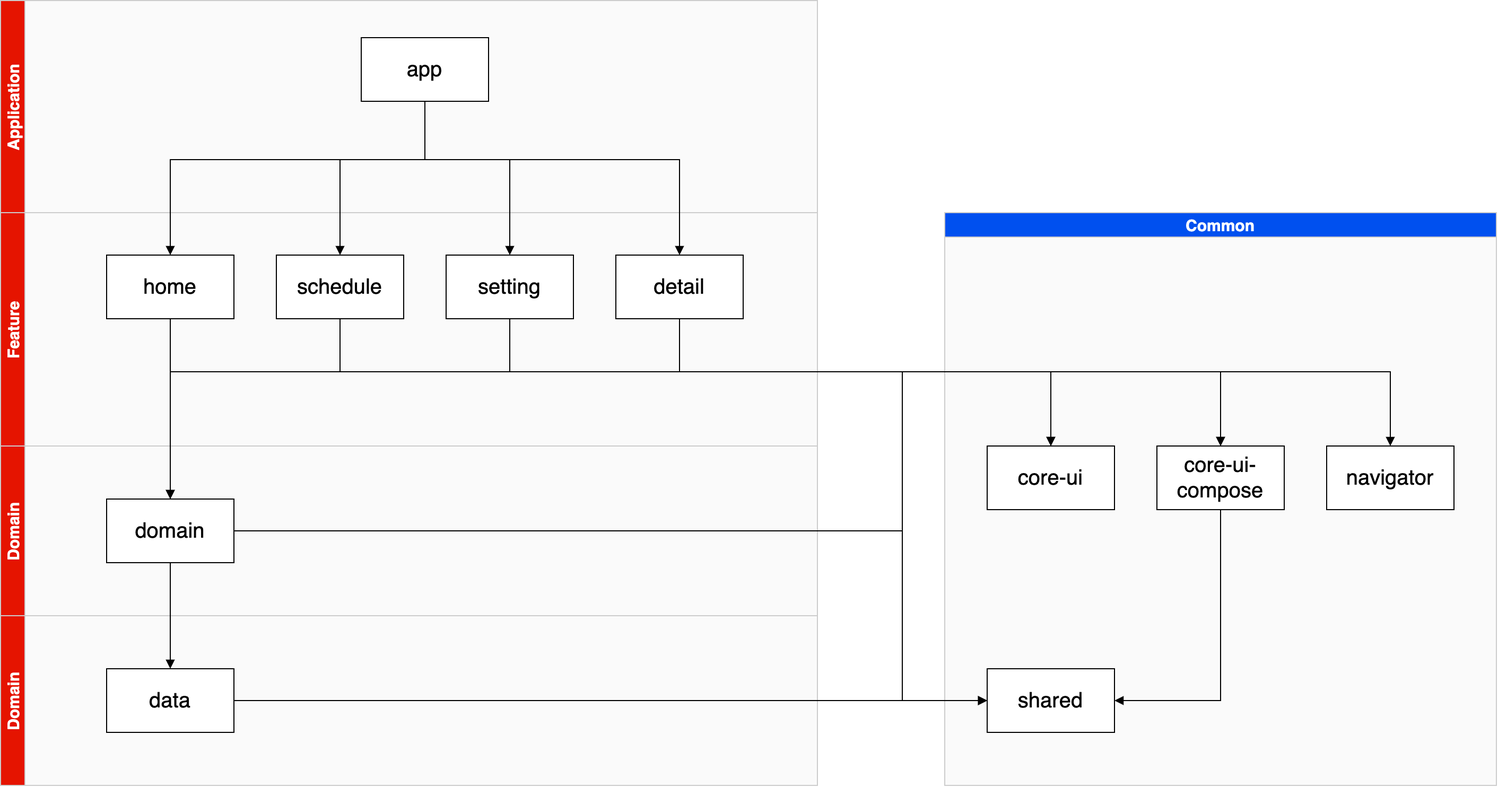
droidknights/DroidKnights2021_App keeps this draw.io diagram as arts/architecture-module.png. Above is the earlier version. Source tidied: cells renumbered, new cells last; positions are measured from the earlier drawing's top-left corner, leaving out a move shared by most shapes. Its diagram source:
```xml
<mxGraphModel background="#ffffff">
  <root>
    <mxCell id="0" />
    <mxCell id="1" parent="0" />
    <mxCell id="2" value="Common" style="swimlane;rounded=0;shadow=0;glass=0;labelBackgroundColor=none;sketch=0;fontSize=15;fontColor=#ffffff;swimlaneFillColor=#FAFAFA;fillColor=#0050ef;strokeColor=#CCCCCC;" parent="1" vertex="1">
      <mxGeometry x="890" y="200" width="520" height="540" as="geometry" />
    </mxCell>
    <mxCell id="3" value="Application" style="swimlane;horizontal=0;fontSize=15;fontColor=#ffffff;fillColor=#e51400;labelBackgroundColor=none;rounded=0;shadow=0;sketch=0;glass=0;swimlaneLine=1;swimlaneFillColor=#FAFAFA;strokeColor=#CCCCCC;" parent="1" vertex="1">
      <mxGeometry width="770" height="200" as="geometry" />
    </mxCell>
    <mxCell id="4" value="Domain" style="swimlane;horizontal=0;rounded=0;shadow=0;glass=0;labelBackgroundColor=none;sketch=0;fontSize=15;fontColor=#ffffff;fillColor=#e51400;swimlaneFillColor=#FAFAFA;strokeColor=#CCCCCC;" parent="1" vertex="1">
      <mxGeometry y="580" width="770" height="160" as="geometry" />
    </mxCell>
    <mxCell id="5" value="Domain" style="swimlane;horizontal=0;rounded=0;shadow=0;glass=0;labelBackgroundColor=none;sketch=0;fontSize=15;fontColor=#ffffff;fillColor=#e51400;swimlaneFillColor=#FAFAFA;strokeColor=#CCCCCC;" parent="1" vertex="1">
      <mxGeometry y="420" width="770" height="160" as="geometry" />
    </mxCell>
    <mxCell id="6" value="Feature" style="swimlane;horizontal=0;rounded=0;shadow=0;glass=0;labelBackgroundColor=none;sketch=0;fontSize=15;fontColor=#ffffff;fillColor=#e51400;swimlaneFillColor=#FAFAFA;strokeColor=#CCCCCC;" parent="1" vertex="1">
      <mxGeometry y="200" width="770" height="220" as="geometry" />
    </mxCell>
    <mxCell id="7" value="data" style="rounded=0;whiteSpace=wrap;html=1;fontSize=20;" parent="6" vertex="1">
      <mxGeometry x="100" y="430" width="120" height="60" as="geometry" />
    </mxCell>
    <mxCell id="8" value="domain" style="rounded=0;whiteSpace=wrap;html=1;fontSize=20;" parent="6" vertex="1">
      <mxGeometry x="100" y="270" width="120" height="60" as="geometry" />
    </mxCell>
    <mxCell id="9" value="app" style="rounded=0;whiteSpace=wrap;html=1;fontSize=20;" parent="6" vertex="1">
      <mxGeometry x="340" y="-165" width="120" height="60" as="geometry" />
    </mxCell>
    <mxCell id="10" style="edgeStyle=orthogonalEdgeStyle;rounded=0;jettySize=auto;html=1;entryX=0.5;entryY=0;entryDx=0;entryDy=0;fontSize=20;fontColor=#FFFFFF;endArrow=block;endFill=1;" parent="6" edge="1" source="9" target="18">
      <mxGeometry relative="1" as="geometry">
        <Array as="points">
          <mxPoint x="400" y="-50" />
          <mxPoint x="160" y="-50" />
        </Array>
      </mxGeometry>
    </mxCell>
    <mxCell id="11" style="edgeStyle=orthogonalEdgeStyle;rounded=0;jettySize=auto;html=1;entryX=0.5;entryY=0;entryDx=0;entryDy=0;fontSize=20;fontColor=#FFFFFF;endArrow=block;endFill=1;" parent="6" edge="1" source="9" target="19">
      <mxGeometry relative="1" as="geometry">
        <Array as="points">
          <mxPoint x="400" y="-50" />
          <mxPoint x="320" y="-50" />
        </Array>
      </mxGeometry>
    </mxCell>
    <mxCell id="12" style="edgeStyle=orthogonalEdgeStyle;rounded=0;jettySize=auto;html=1;entryX=0.5;entryY=0;entryDx=0;entryDy=0;fontSize=20;fontColor=#FFFFFF;endArrow=block;endFill=1;" parent="6" edge="1" source="9" target="20">
      <mxGeometry relative="1" as="geometry">
        <Array as="points">
          <mxPoint x="400" y="-50" />
          <mxPoint x="480" y="-50" />
        </Array>
      </mxGeometry>
    </mxCell>
    <mxCell id="13" style="edgeStyle=orthogonalEdgeStyle;rounded=0;jettySize=auto;html=1;entryX=0.5;entryY=0;entryDx=0;entryDy=0;fontSize=20;fontColor=#FFFFFF;endArrow=block;endFill=1;" parent="6" edge="1" source="9" target="16">
      <mxGeometry relative="1" as="geometry">
        <Array as="points">
          <mxPoint x="400" y="-50" />
          <mxPoint x="640" y="-50" />
        </Array>
      </mxGeometry>
    </mxCell>
    <mxCell id="14" style="edgeStyle=orthogonalEdgeStyle;rounded=0;jettySize=auto;html=1;entryX=0.5;entryY=0;entryDx=0;entryDy=0;fontSize=20;fontColor=#FFFFFF;endArrow=block;endFill=1;" parent="6" edge="1" source="8" target="7">
      <mxGeometry relative="1" as="geometry" />
    </mxCell>
    <mxCell id="15" style="edgeStyle=orthogonalEdgeStyle;rounded=0;jettySize=auto;html=1;entryX=0.5;entryY=0;entryDx=0;entryDy=0;fontSize=20;fontColor=#FFFFFF;endArrow=block;endFill=1;" parent="6" edge="1" source="16" target="8">
      <mxGeometry relative="1" as="geometry">
        <Array as="points">
          <mxPoint x="640" y="150" />
          <mxPoint x="160" y="150" />
        </Array>
      </mxGeometry>
    </mxCell>
    <mxCell id="16" value="detail" style="rounded=0;whiteSpace=wrap;html=1;fontSize=20;" parent="6" vertex="1">
      <mxGeometry x="580" y="40" width="120" height="60" as="geometry" />
    </mxCell>
    <mxCell id="17" style="edgeStyle=orthogonalEdgeStyle;rounded=0;jettySize=auto;html=1;entryX=0.5;entryY=0;entryDx=0;entryDy=0;fontSize=20;fontColor=#FFFFFF;endArrow=block;endFill=1;" parent="6" edge="1" source="18" target="8">
      <mxGeometry relative="1" as="geometry" />
    </mxCell>
    <mxCell id="18" value="home" style="rounded=0;whiteSpace=wrap;html=1;fontSize=20;" parent="6" vertex="1">
      <mxGeometry x="100" y="40" width="120" height="60" as="geometry" />
    </mxCell>
    <mxCell id="19" value="schedule" style="rounded=0;whiteSpace=wrap;html=1;fontSize=20;" parent="6" vertex="1">
      <mxGeometry x="260" y="40" width="120" height="60" as="geometry" />
    </mxCell>
    <mxCell id="20" value="setting" style="rounded=0;whiteSpace=wrap;html=1;fontSize=20;" parent="6" vertex="1">
      <mxGeometry x="420" y="40" width="120" height="60" as="geometry" />
    </mxCell>
    <mxCell id="21" style="edgeStyle=orthogonalEdgeStyle;rounded=0;jettySize=auto;html=1;entryX=0;entryY=0.5;entryDx=0;entryDy=0;fontSize=20;fontColor=#FFFFFF;endArrow=block;endFill=1;exitX=1;exitY=0.5;exitDx=0;exitDy=0;" parent="1" edge="1" source="7" target="32">
      <mxGeometry relative="1" as="geometry" />
    </mxCell>
    <mxCell id="22" style="edgeStyle=orthogonalEdgeStyle;rounded=0;jettySize=auto;html=1;entryX=0;entryY=0.5;entryDx=0;entryDy=0;fontSize=20;fontColor=#FFFFFF;endArrow=block;endFill=1;exitX=1;exitY=0.5;exitDx=0;exitDy=0;" parent="1" edge="1" source="8" target="32">
      <mxGeometry relative="1" as="geometry">
        <Array as="points">
          <mxPoint x="850" y="500" />
          <mxPoint x="850" y="660" />
        </Array>
      </mxGeometry>
    </mxCell>
    <mxCell id="23" value="core-ui" style="rounded=0;whiteSpace=wrap;html=1;fontSize=20;" parent="1" vertex="1">
      <mxGeometry x="930" y="420" width="120" height="60" as="geometry" />
    </mxCell>
    <mxCell id="24" style="edgeStyle=orthogonalEdgeStyle;rounded=0;jettySize=auto;html=1;entryX=1;entryY=0.5;entryDx=0;entryDy=0;fontSize=20;fontColor=#FFFFFF;endArrow=block;endFill=1;exitX=0.5;exitY=1;exitDx=0;exitDy=0;" parent="1" edge="1" source="25" target="32">
      <mxGeometry relative="1" as="geometry">
        <Array as="points">
          <mxPoint x="1150" y="660" />
        </Array>
      </mxGeometry>
    </mxCell>
    <mxCell id="25" value="core-ui-compose" style="rounded=0;whiteSpace=wrap;html=1;fontSize=20;" parent="1" vertex="1">
      <mxGeometry x="1090" y="420" width="120" height="60" as="geometry" />
    </mxCell>
    <mxCell id="26" style="edgeStyle=orthogonalEdgeStyle;rounded=0;jettySize=auto;html=1;fontSize=20;fontColor=#FFFFFF;endArrow=block;endFill=1;" parent="1" edge="1" source="16" target="23">
      <mxGeometry relative="1" as="geometry">
        <Array as="points">
          <mxPoint x="750" y="350" />
          <mxPoint x="430" y="350" />
        </Array>
      </mxGeometry>
    </mxCell>
    <mxCell id="27" style="edgeStyle=orthogonalEdgeStyle;rounded=0;jettySize=auto;html=1;entryX=0.5;entryY=0;entryDx=0;entryDy=0;fontSize=20;fontColor=#FFFFFF;endArrow=block;endFill=1;" parent="1" edge="1" source="16" target="25">
      <mxGeometry relative="1" as="geometry">
        <Array as="points">
          <mxPoint x="750" y="350" />
          <mxPoint x="590" y="350" />
        </Array>
      </mxGeometry>
    </mxCell>
    <mxCell id="28" style="edgeStyle=orthogonalEdgeStyle;rounded=0;jettySize=auto;html=1;entryX=0.5;entryY=0;entryDx=0;entryDy=0;fontSize=20;fontColor=#FFFFFF;endArrow=block;endFill=1;" parent="1" edge="1" source="16" target="31">
      <mxGeometry relative="1" as="geometry">
        <Array as="points">
          <mxPoint x="640" y="350" />
          <mxPoint x="1310" y="350" />
        </Array>
      </mxGeometry>
    </mxCell>
    <mxCell id="29" style="edgeStyle=orthogonalEdgeStyle;rounded=0;jettySize=auto;html=1;entryX=0;entryY=0.5;entryDx=0;entryDy=0;fontSize=20;fontColor=#FFFFFF;endArrow=block;endFill=1;" parent="1" edge="1" source="16" target="32">
      <mxGeometry relative="1" as="geometry">
        <Array as="points">
          <mxPoint x="640" y="350" />
          <mxPoint x="850" y="350" />
          <mxPoint x="850" y="660" />
        </Array>
      </mxGeometry>
    </mxCell>
    <mxCell id="30" style="edgeStyle=orthogonalEdgeStyle;rounded=0;jettySize=auto;html=1;entryX=0.5;entryY=0;entryDx=0;entryDy=0;fontSize=20;fontColor=#FFFFFF;endArrow=block;endFill=1;" parent="1" edge="1" source="20" target="25">
      <mxGeometry relative="1" as="geometry">
        <Array as="points">
          <mxPoint x="480" y="350" />
          <mxPoint x="1150" y="350" />
        </Array>
      </mxGeometry>
    </mxCell>
    <mxCell id="31" value="navigator" style="rounded=0;whiteSpace=wrap;html=1;fontSize=20;" parent="1" vertex="1">
      <mxGeometry x="1250" y="420" width="120" height="60" as="geometry" />
    </mxCell>
    <mxCell id="32" value="shared" style="rounded=0;whiteSpace=wrap;html=1;fontSize=20;" parent="1" vertex="1">
      <mxGeometry x="930" y="630" width="120" height="60" as="geometry" />
    </mxCell>
    <mxCell id="33" style="edgeStyle=orthogonalEdgeStyle;rounded=0;jettySize=auto;html=1;fontSize=20;fontColor=#FFFFFF;endArrow=block;endFill=1;entryX=0.5;entryY=0;entryDx=0;entryDy=0;" parent="1" edge="1" source="19" target="23">
      <mxGeometry relative="1" as="geometry">
        <Array as="points">
          <mxPoint x="320" y="350" />
          <mxPoint x="990" y="350" />
        </Array>
      </mxGeometry>
    </mxCell>
  </root>
</mxGraphModel>
```
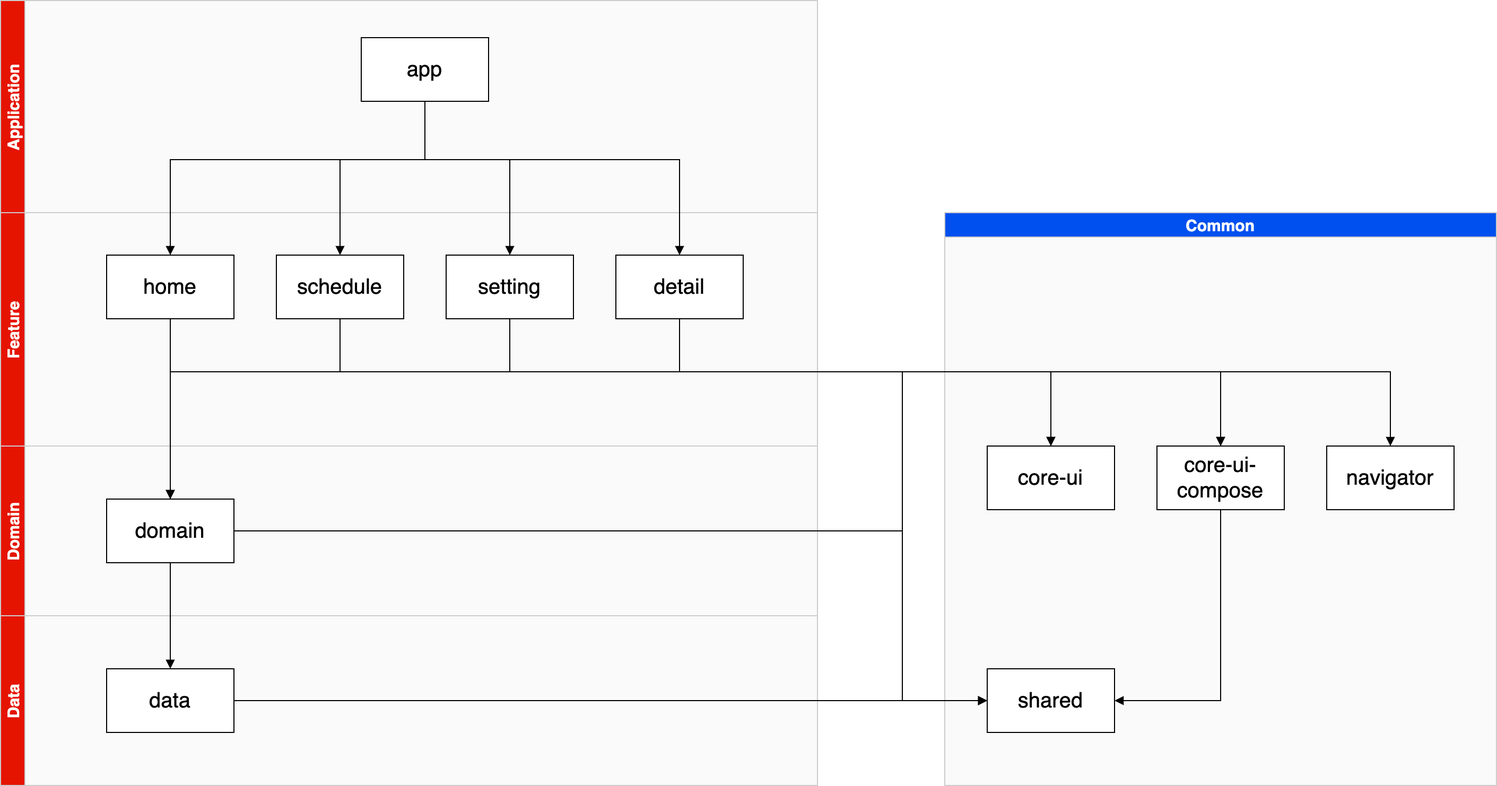
The same diagram one commit later.

The edit, as a diff of the source:
```diff
@@ -8,7 +8,7 @@
     <mxCell id="3" value="Application" style="swimlane;horizontal=0;fontSize=15;fontColor=#ffffff;fillColor=#e51400;labelBackgroundColor=none;rounded=0;shadow=0;sketch=0;glass=0;swimlaneLine=1;swimlaneFillColor=#FAFAFA;strokeColor=#CCCCCC;" parent="1" vertex="1">
       <mxGeometry width="770" height="200" as="geometry" />
     </mxCell>
-    <mxCell id="4" value="Domain" style="swimlane;horizontal=0;rounded=0;shadow=0;glass=0;labelBackgroundColor=none;sketch=0;fontSize=15;fontColor=#ffffff;fillColor=#e51400;swimlaneFillColor=#FAFAFA;strokeColor=#CCCCCC;" parent="1" vertex="1">
+    <mxCell id="4" value="Data" style="swimlane;horizontal=0;rounded=0;shadow=0;glass=0;labelBackgroundColor=none;sketch=0;fontSize=15;fontColor=#ffffff;fillColor=#e51400;swimlaneFillColor=#FAFAFA;strokeColor=#CCCCCC;" parent="1" vertex="1">
       <mxGeometry y="580" width="770" height="160" as="geometry" />
     </mxCell>
     <mxCell id="5" value="Domain" style="swimlane;horizontal=0;rounded=0;shadow=0;glass=0;labelBackgroundColor=none;sketch=0;fontSize=15;fontColor=#ffffff;fillColor=#e51400;swimlaneFillColor=#FAFAFA;strokeColor=#CCCCCC;" parent="1" vertex="1">
```
